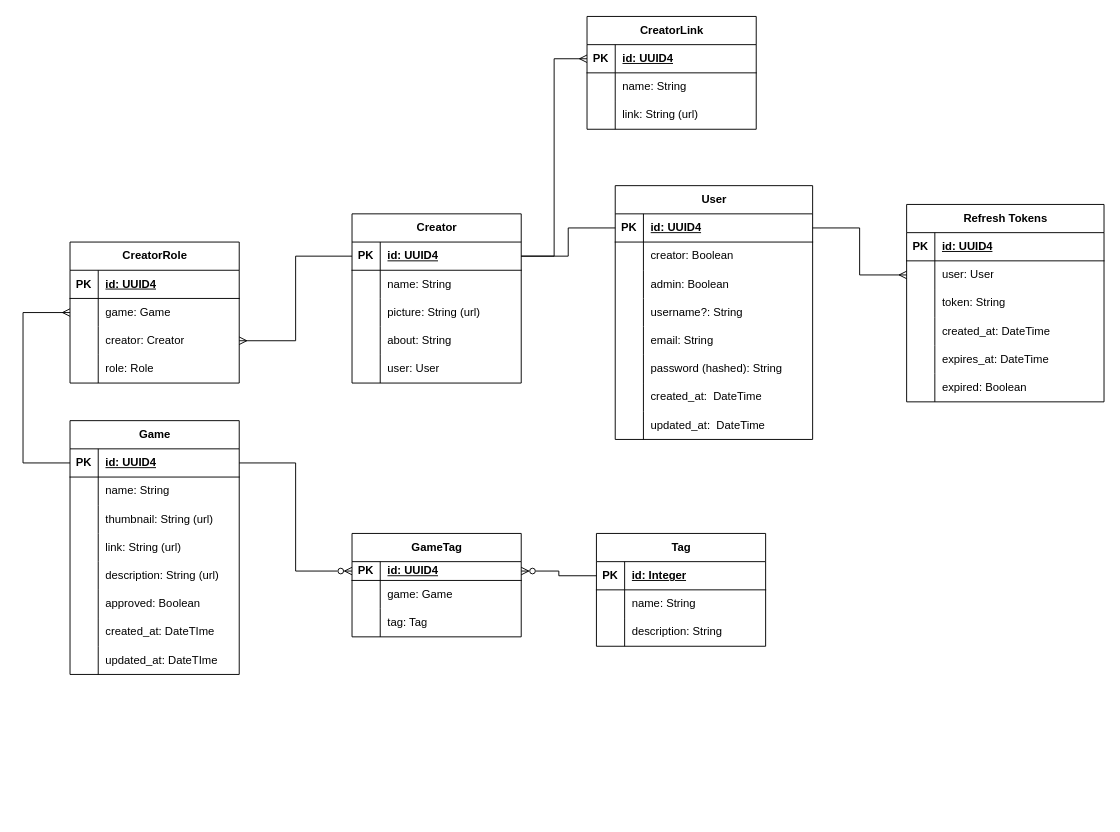
Earlier version of the draw.io diagram artifacts/GMC-Gallery-Schema.drawio (unimelb-game-makers/gmc-website). Source tidied: cells renumbered, new cells numbered last; positions are measured from the earlier drawing's top-left corner, leaving out a move shared by most shapes. Both pictures are drawn from the tidied source at 94%, with x=0, y=0 at pixel (23, 16).
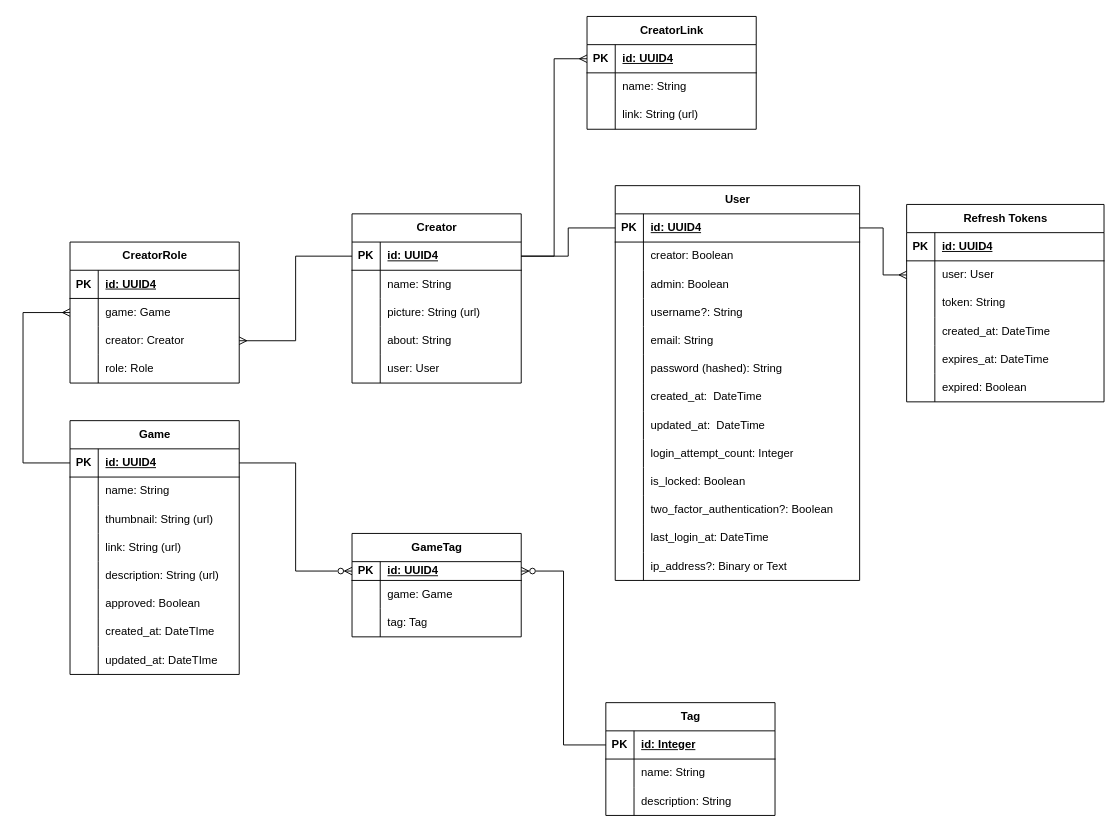
The same diagram, later.

Commit message:
Update GMC-Gallery-Schema.drawio: Updated User table for information related to account security

Change to the diagram source:
```diff
@@
     <mxCell id="27" value="Tag" style="shape=table;startSize=30;childLayout=tableLayout;rowLines=0;fontStyle=1;align=center;html=1;" parent="1" vertex="1">
-      <mxGeometry x="610" y="550" width="180" height="120" as="geometry" />
+      <mxGeometry x="620" y="730" width="180" height="120" as="geometry" />
     </mxCell>
@@
     <mxCell id="91" value="User" style="shape=table;startSize=30;childLayout=tableLayout;rowLines=0;fontStyle=1;align=center;html=1;" parent="1" vertex="1">
-      <mxGeometry x="630" y="180" width="210" height="270" as="geometry" />
+      <mxGeometry x="630" y="180" width="260" height="420" as="geometry" />
     </mxCell>
     <mxCell id="92" style="shape=tableRow;horizontal=0;startSize=0;swimlaneHead=0;swimlaneBody=0;fillColor=none;points=[[0,0.5],[1,0.5]];portConstraint=eastwest;top=0;left=0;right=0;bottom=1;" parent="91" vertex="1">
-      <mxGeometry y="30" width="210" height="30" as="geometry" />
+      <mxGeometry y="30" width="260" height="30" as="geometry" />
     </mxCell>
@@
     <mxCell id="94" value="id: UUID4" style="shape=partialRectangle;fillColor=none;top=0;left=0;bottom=0;right=0;align=left;spacingLeft=6;fontStyle=5;overflow=hidden;whiteSpace=wrap;html=1;" parent="92" vertex="1">
-      <mxGeometry x="30" width="180" height="30" as="geometry" />
+      <mxGeometry x="30" width="230" height="30" as="geometry" />
     </mxCell>
     <mxCell id="95" style="shape=tableRow;horizontal=0;startSize=0;swimlaneHead=0;swimlaneBody=0;fillColor=none;top=0;left=0;right=0;bottom=0;" parent="91" vertex="1">
-      <mxGeometry y="60" width="210" height="30" as="geometry" />
+      <mxGeometry y="60" width="260" height="30" as="geometry" />
     </mxCell>
@@
     <mxCell id="97" value="creator: Boolean" style="shape=partialRectangle;fillColor=none;top=0;left=0;bottom=0;right=0;align=left;spacingLeft=6;overflow=hidden;whiteSpace=wrap;html=1;" parent="95" vertex="1">
-      <mxGeometry x="30" width="180" height="30" as="geometry" />
+      <mxGeometry x="30" width="230" height="30" as="geometry" />
     </mxCell>
     <mxCell id="98" style="shape=tableRow;horizontal=0;startSize=0;swimlaneHead=0;swimlaneBody=0;fillColor=none;top=0;left=0;right=0;bottom=0;" parent="91" vertex="1">
-      <mxGeometry y="90" width="210" height="30" as="geometry" />
+      <mxGeometry y="90" width="260" height="30" as="geometry" />
     </mxCell>
@@
     <mxCell id="100" value="admin: Boolean" style="shape=partialRectangle;fillColor=none;top=0;left=0;bottom=0;right=0;align=left;spacingLeft=6;overflow=hidden;whiteSpace=wrap;html=1;" parent="98" vertex="1">
-      <mxGeometry x="30" width="180" height="30" as="geometry" />
+      <mxGeometry x="30" width="230" height="30" as="geometry" />
     </mxCell>
     <mxCell id="101" style="shape=tableRow;horizontal=0;startSize=0;swimlaneHead=0;swimlaneBody=0;fillColor=none;top=0;left=0;right=0;bottom=0;" parent="91" vertex="1">
-      <mxGeometry y="120" width="210" height="30" as="geometry" />
+      <mxGeometry y="120" width="260" height="30" as="geometry" />
     </mxCell>
@@
     <mxCell id="103" value="username?: String" style="shape=partialRectangle;fillColor=none;top=0;left=0;bottom=0;right=0;align=left;spacingLeft=6;overflow=hidden;whiteSpace=wrap;html=1;" parent="101" vertex="1">
-      <mxGeometry x="30" width="180" height="30" as="geometry" />
+      <mxGeometry x="30" width="230" height="30" as="geometry" />
     </mxCell>
     <mxCell id="104" style="shape=tableRow;horizontal=0;startSize=0;swimlaneHead=0;swimlaneBody=0;fillColor=none;top=0;left=0;right=0;bottom=0;" parent="91" vertex="1">
-      <mxGeometry y="150" width="210" height="30" as="geometry" />
+      <mxGeometry y="150" width="260" height="30" as="geometry" />
     </mxCell>
@@
     <mxCell id="106" value="email: String" style="shape=partialRectangle;fillColor=none;top=0;left=0;bottom=0;right=0;align=left;spacingLeft=6;overflow=hidden;whiteSpace=wrap;html=1;" parent="104" vertex="1">
-      <mxGeometry x="30" width="180" height="30" as="geometry" />
+      <mxGeometry x="30" width="230" height="30" as="geometry" />
     </mxCell>
     <mxCell id="107" style="shape=tableRow;horizontal=0;startSize=0;swimlaneHead=0;swimlaneBody=0;fillColor=none;top=0;left=0;right=0;bottom=0;" parent="91" vertex="1">
-      <mxGeometry y="180" width="210" height="30" as="geometry" />
+      <mxGeometry y="180" width="260" height="30" as="geometry" />
     </mxCell>
@@
     <mxCell id="109" value="password (hashed): String" style="shape=partialRectangle;fillColor=none;top=0;left=0;bottom=0;right=0;align=left;spacingLeft=6;overflow=hidden;whiteSpace=wrap;html=1;" parent="107" vertex="1">
-      <mxGeometry x="30" width="180" height="30" as="geometry" />
+      <mxGeometry x="30" width="230" height="30" as="geometry" />
     </mxCell>
     <mxCell id="110" style="shape=tableRow;horizontal=0;startSize=0;swimlaneHead=0;swimlaneBody=0;fillColor=none;top=0;left=0;right=0;bottom=0;" parent="91" vertex="1">
-      <mxGeometry y="210" width="210" height="30" as="geometry" />
+      <mxGeometry y="210" width="260" height="30" as="geometry" />
     </mxCell>
@@
     <mxCell id="112" value="created_at:&amp;nbsp; DateTime" style="shape=partialRectangle;fillColor=none;top=0;left=0;bottom=0;right=0;align=left;spacingLeft=6;overflow=hidden;whiteSpace=wrap;html=1;" parent="110" vertex="1">
-      <mxGeometry x="30" width="180" height="30" as="geometry" />
+      <mxGeometry x="30" width="230" height="30" as="geometry" />
     </mxCell>
     <mxCell id="113" style="shape=tableRow;horizontal=0;startSize=0;swimlaneHead=0;swimlaneBody=0;fillColor=none;top=0;left=0;right=0;bottom=0;" parent="91" vertex="1">
-      <mxGeometry y="240" width="210" height="30" as="geometry" />
+      <mxGeometry y="240" width="260" height="30" as="geometry" />
     </mxCell>
@@
     <mxCell id="115" value="updated_at:&amp;nbsp; DateTime" style="shape=partialRectangle;fillColor=none;top=0;left=0;bottom=0;right=0;align=left;spacingLeft=6;overflow=hidden;whiteSpace=wrap;html=1;" parent="113" vertex="1">
-      <mxGeometry x="30" width="180" height="30" as="geometry" />
+      <mxGeometry x="30" width="230" height="30" as="geometry" />
     </mxCell>
+    <mxCell id="137" style="shape=tableRow;horizontal=0;startSize=0;swimlaneHead=0;swimlaneBody=0;fillColor=none;top=0;left=0;right=0;bottom=0;" parent="91" vertex="1">
+      <mxGeometry y="270" width="260" height="30" as="geometry" />
+    </mxCell>
+    <mxCell id="138" style="shape=partialRectangle;fillColor=none;top=0;left=0;bottom=0;right=0;overflow=hidden;whiteSpace=wrap;html=1;" parent="137" vertex="1">
+      <mxGeometry width="30" height="30" as="geometry" />
+    </mxCell>
+    <mxCell id="139" value="login_attempt_count: Integer" style="shape=partialRectangle;fillColor=none;top=0;left=0;bottom=0;right=0;align=left;spacingLeft=6;overflow=hidden;whiteSpace=wrap;html=1;" parent="137" vertex="1">
+      <mxGeometry x="30" width="230" height="30" as="geometry" />
+    </mxCell>
+    <mxCell id="140" style="shape=tableRow;horizontal=0;startSize=0;swimlaneHead=0;swimlaneBody=0;fillColor=none;top=0;left=0;right=0;bottom=0;" parent="91" vertex="1">
+      <mxGeometry y="300" width="260" height="30" as="geometry" />
+    </mxCell>
+    <mxCell id="141" style="shape=partialRectangle;fillColor=none;top=0;left=0;bottom=0;right=0;overflow=hidden;whiteSpace=wrap;html=1;" parent="140" vertex="1">
+      <mxGeometry width="30" height="30" as="geometry" />
+    </mxCell>
+    <mxCell id="142" value="is_locked: Boolean" style="shape=partialRectangle;fillColor=none;top=0;left=0;bottom=0;right=0;align=left;spacingLeft=6;overflow=hidden;whiteSpace=wrap;html=1;" parent="140" vertex="1">
+      <mxGeometry x="30" width="230" height="30" as="geometry" />
+    </mxCell>
+    <mxCell id="143" style="shape=tableRow;horizontal=0;startSize=0;swimlaneHead=0;swimlaneBody=0;fillColor=none;top=0;left=0;right=0;bottom=0;" parent="91" vertex="1">
+      <mxGeometry y="330" width="260" height="30" as="geometry" />
+    </mxCell>
+    <mxCell id="144" style="shape=partialRectangle;fillColor=none;top=0;left=0;bottom=0;right=0;overflow=hidden;whiteSpace=wrap;html=1;" parent="143" vertex="1">
+      <mxGeometry width="30" height="30" as="geometry" />
+    </mxCell>
+    <mxCell id="145" value="two_factor_authentication?: Boolean" style="shape=partialRectangle;fillColor=none;top=0;left=0;bottom=0;right=0;align=left;spacingLeft=6;overflow=hidden;whiteSpace=wrap;html=1;" parent="143" vertex="1">
+      <mxGeometry x="30" width="230" height="30" as="geometry" />
+    </mxCell>
+    <mxCell id="146" style="shape=tableRow;horizontal=0;startSize=0;swimlaneHead=0;swimlaneBody=0;fillColor=none;top=0;left=0;right=0;bottom=0;" parent="91" vertex="1">
+      <mxGeometry y="360" width="260" height="30" as="geometry" />
+    </mxCell>
+    <mxCell id="147" style="shape=partialRectangle;fillColor=none;top=0;left=0;bottom=0;right=0;overflow=hidden;whiteSpace=wrap;html=1;" parent="146" vertex="1">
+      <mxGeometry width="30" height="30" as="geometry" />
+    </mxCell>
+    <mxCell id="148" value="last_login_at: DateTime" style="shape=partialRectangle;fillColor=none;top=0;left=0;bottom=0;right=0;align=left;spacingLeft=6;overflow=hidden;whiteSpace=wrap;html=1;" parent="146" vertex="1">
+      <mxGeometry x="30" width="230" height="30" as="geometry" />
+    </mxCell>
+    <mxCell id="149" style="shape=tableRow;horizontal=0;startSize=0;swimlaneHead=0;swimlaneBody=0;fillColor=none;top=0;left=0;right=0;bottom=0;" parent="91" vertex="1">
+      <mxGeometry y="390" width="260" height="30" as="geometry" />
+    </mxCell>
+    <mxCell id="150" style="shape=partialRectangle;fillColor=none;top=0;left=0;bottom=0;right=0;overflow=hidden;whiteSpace=wrap;html=1;" parent="149" vertex="1">
+      <mxGeometry width="30" height="30" as="geometry" />
+    </mxCell>
+    <mxCell id="151" value="ip_address?: Binary or Text" style="shape=partialRectangle;fillColor=none;top=0;left=0;bottom=0;right=0;align=left;spacingLeft=6;overflow=hidden;whiteSpace=wrap;html=1;" parent="149" vertex="1">
+      <mxGeometry x="30" width="230" height="30" as="geometry" />
+    </mxCell>
```
